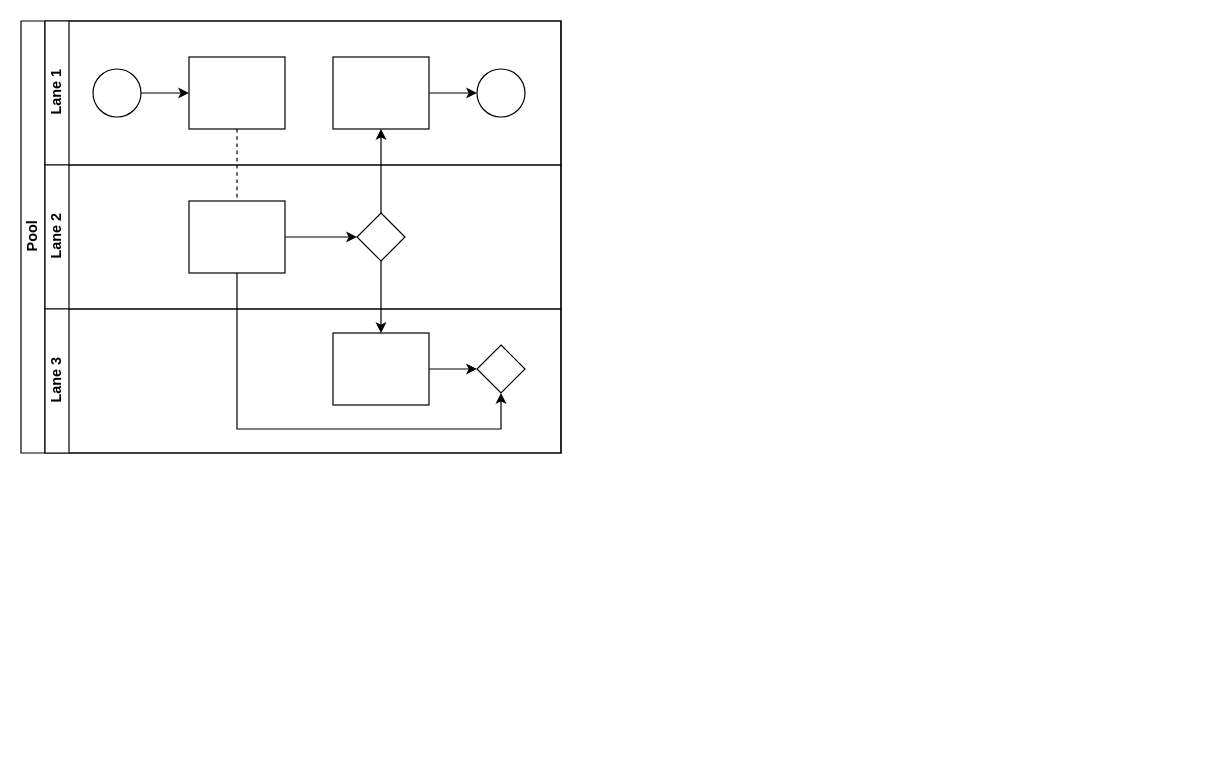
This is portal/App_Code/CS_Code/Controllers/DocumentFormController.cs/DataLoad().SwingRoadDiagram.Refactoring.drawio from davyd0ff/so-line-grls, a draw.io file, before an edit. Source tidied: cells renumbered, new cells numbered last; positions are measured from the earlier drawing's top-left corner, leaving out a move shared by most shapes. Both pictures are drawn from the tidied source at 120%, with x=0, y=0 at pixel (20, 20).
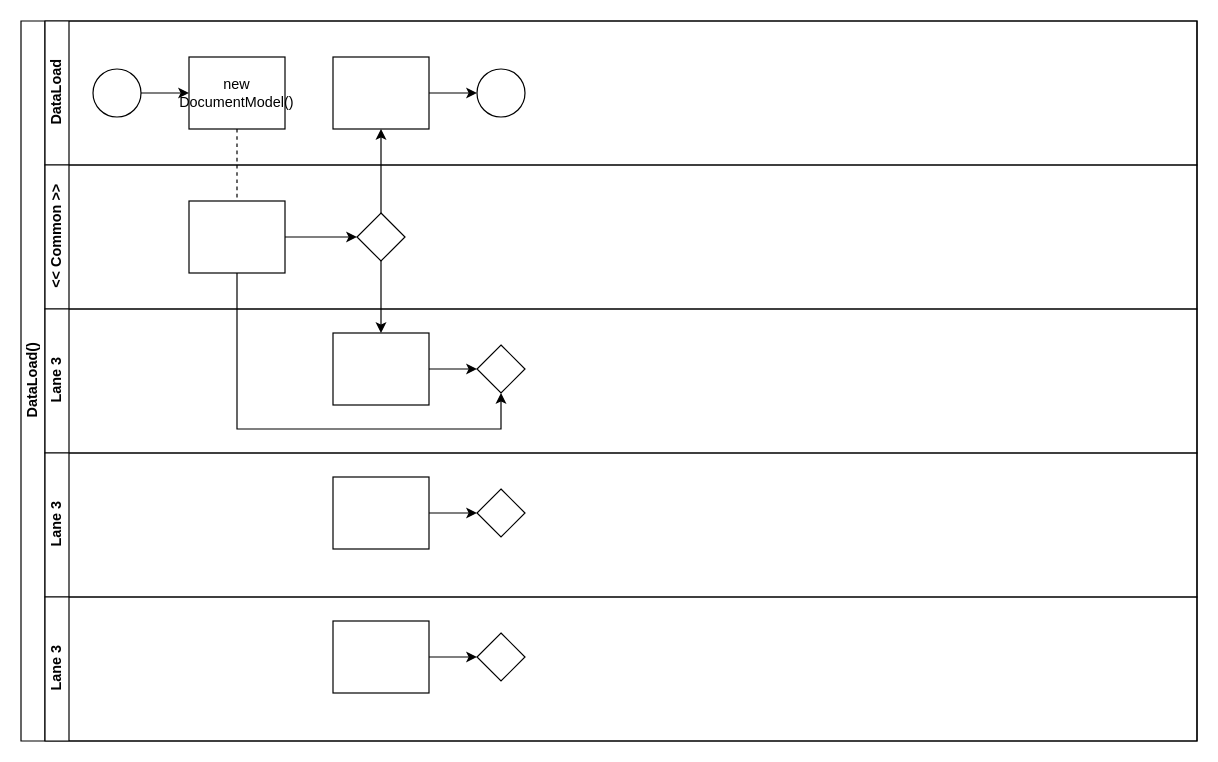
The same diagram, later.

Diff of the diagram source:
```diff
@@
-    <mxCell id="2" value="Pool" style="swimlane;html=1;horizontal=0;startSize=20;" parent="1" vertex="1">
-      <mxGeometry width="450" height="360" as="geometry" />
+    <mxCell id="2" value="DataLoad()" style="swimlane;html=1;horizontal=0;startSize=20;" parent="1" vertex="1">
+      <mxGeometry width="980" height="600" as="geometry" />
     </mxCell>
@@
-    <mxCell id="7" value="Lane 1" style="swimlane;html=1;startSize=20;horizontal=0;" parent="2" vertex="1">
-      <mxGeometry x="20" width="430" height="120" as="geometry" />
+    <mxCell id="7" value="DataLoad" style="swimlane;html=1;startSize=20;horizontal=0;" parent="2" vertex="1">
+      <mxGeometry x="20" width="960" height="120" as="geometry" />
     </mxCell>
-    <mxCell id="8" style="edgeStyle=orthogonalEdgeStyle;rounded=0;jettySize=auto;html=1;" parent="7" edge="1" source="9" target="10">
-      <mxGeometry relative="1" as="geometry" />
-    </mxCell>
-    <mxCell id="9" style="ellipse;whiteSpace=wrap;html=1;" parent="7" vertex="1">
-      <mxGeometry x="40" y="40" width="40" height="40" as="geometry" />
-    </mxCell>
-    <mxCell id="10" style="rounded=0;whiteSpace=wrap;html=1;fontFamily=Helvetica;fontSize=12;fontColor=#000000;align=center;" parent="7" vertex="1">
+    <mxCell id="10" value="new DocumentModel()" style="rounded=0;whiteSpace=wrap;html=1;fontFamily=Helvetica;fontSize=12;fontColor=#000000;align=center;" parent="7" vertex="1">
       <mxGeometry x="120" y="30" width="80" height="60" as="geometry" />
     </mxCell>
@@
+    <mxCell id="9" style="ellipse;whiteSpace=wrap;html=1;" parent="7" vertex="1">
+      <mxGeometry x="40" y="40" width="40" height="40" as="geometry" />
+    </mxCell>
+    <mxCell id="8" style="edgeStyle=orthogonalEdgeStyle;rounded=0;jettySize=auto;html=1;" parent="7" edge="1" source="9" target="10">
+      <mxGeometry relative="1" as="geometry" />
+    </mxCell>
-    <mxCell id="14" value="Lane 2" style="swimlane;html=1;startSize=20;horizontal=0;" parent="2" vertex="1">
-      <mxGeometry x="20" y="120" width="430" height="120" as="geometry" />
+    <mxCell id="14" value="&amp;lt;&amp;lt; Common &amp;gt;&amp;gt;" style="swimlane;html=1;startSize=20;horizontal=0;" parent="2" vertex="1">
+      <mxGeometry x="20" y="120" width="960" height="120" as="geometry" />
     </mxCell>
@@
     <mxCell id="18" value="Lane 3" style="swimlane;html=1;startSize=20;horizontal=0;" parent="2" vertex="1">
-      <mxGeometry x="20" y="240" width="430" height="120" as="geometry" />
+      <mxGeometry x="20" y="240" width="960" height="120" as="geometry" />
     </mxCell>
@@
+    <mxCell id="22" value="Lane 3" style="swimlane;html=1;startSize=20;horizontal=0;" parent="2" vertex="1">
+      <mxGeometry x="20" y="360" width="960" height="120" as="geometry" />
+    </mxCell>
+    <mxCell id="23" style="edgeStyle=orthogonalEdgeStyle;rounded=0;jettySize=auto;html=1;endArrow=classic;endFill=1;" parent="22" edge="1" source="24" target="25">
+      <mxGeometry relative="1" as="geometry" />
+    </mxCell>
+    <mxCell id="24" style="rounded=0;whiteSpace=wrap;html=1;fontFamily=Helvetica;fontSize=12;fontColor=#000000;align=center;" parent="22" vertex="1">
+      <mxGeometry x="240" y="20" width="80" height="60" as="geometry" />
+    </mxCell>
+    <mxCell id="25" style="rhombus;whiteSpace=wrap;html=1;fontFamily=Helvetica;fontSize=12;fontColor=#000000;align=center;" parent="22" vertex="1">
+      <mxGeometry x="360" y="30" width="40" height="40" as="geometry" />
+    </mxCell>
+    <mxCell id="26" value="Lane 3" style="swimlane;html=1;startSize=20;horizontal=0;" parent="2" vertex="1">
+      <mxGeometry x="20" y="480" width="960" height="120" as="geometry" />
+    </mxCell>
+    <mxCell id="27" style="edgeStyle=orthogonalEdgeStyle;rounded=0;jettySize=auto;html=1;endArrow=classic;endFill=1;" parent="26" edge="1" source="28" target="29">
+      <mxGeometry relative="1" as="geometry" />
+    </mxCell>
+    <mxCell id="28" style="rounded=0;whiteSpace=wrap;html=1;fontFamily=Helvetica;fontSize=12;fontColor=#000000;align=center;" parent="26" vertex="1">
+      <mxGeometry x="240" y="20" width="80" height="60" as="geometry" />
+    </mxCell>
+    <mxCell id="29" style="rhombus;whiteSpace=wrap;html=1;fontFamily=Helvetica;fontSize=12;fontColor=#000000;align=center;" parent="26" vertex="1">
+      <mxGeometry x="360" y="30" width="40" height="40" as="geometry" />
+    </mxCell>
```
